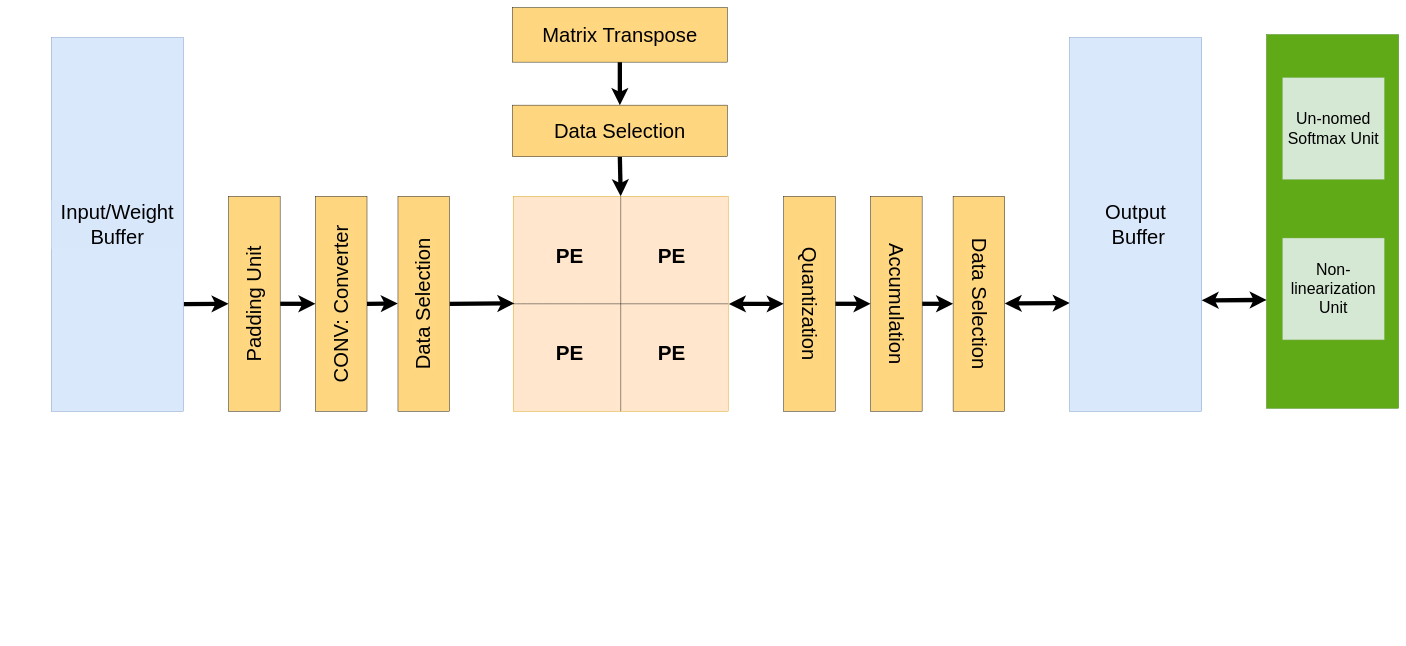
Earlier version of the draw.io diagram MobileVit HW.drawio (jihuien/ML100Days). Source tidied: cells renumbered, new cells numbered last; positions are measured from the earlier drawing's top-left corner, leaving out a move shared by most shapes. Both pictures are drawn from the tidied source at 43%, with x=0, y=0 at pixel (51, 7).
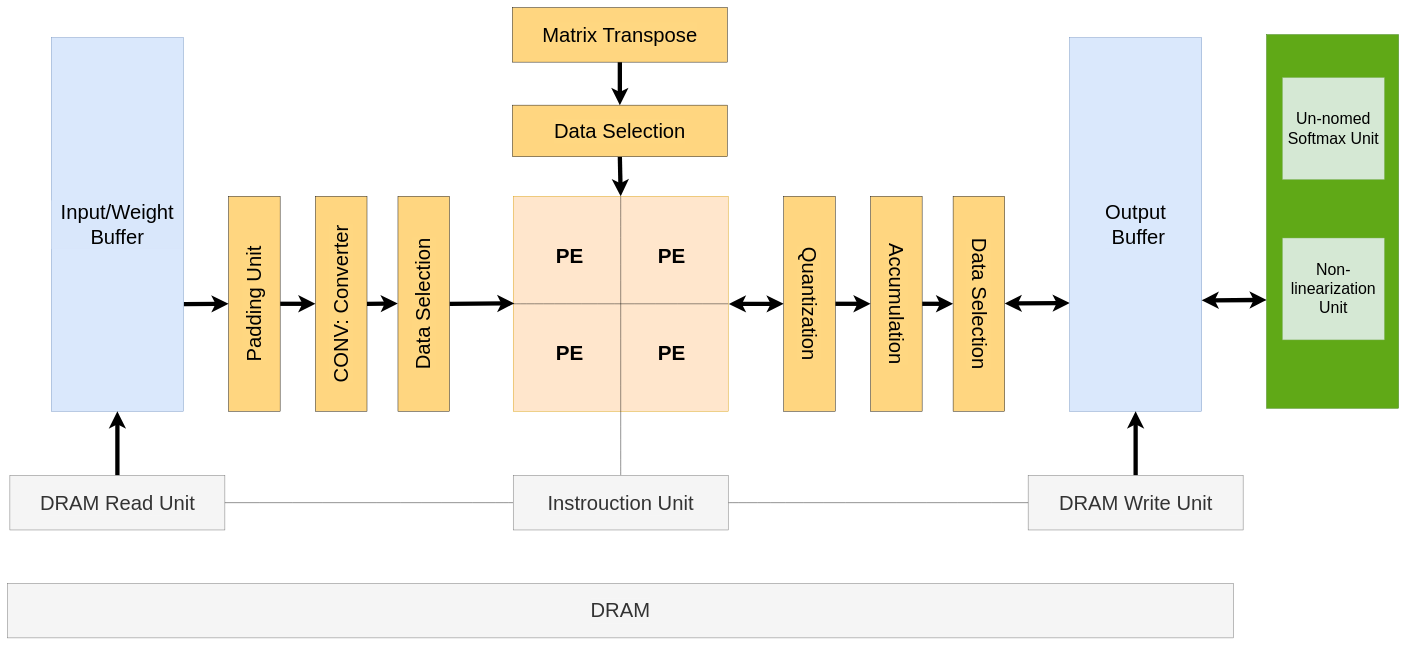
After the change.

The change refers to these unchanged cells:
```xml
<mxCell id="2" style="whiteSpace=wrap;html=1;fillColor=#ffe6cc;strokeColor=#d79b00;" parent="1" vertex="1">
  <mxGeometry x="1074" y="439" width="500" height="500" as="geometry" />
</mxCell>
<mxCell id="22" value="Input/Weight Buffer" style="rounded=0;whiteSpace=wrap;html=1;direction=west;horizontal=1;fontSize=47;labelBackgroundColor=light-dark(#d9e7fb, #ededed);fillColor=#dae8fc;strokeColor=#6c8ebf;" parent="1" vertex="1">
  <mxGeometry y="70" width="307" height="869" as="geometry" />
</mxCell>
<mxCell id="24" value="Output&lt;div&gt;&amp;nbsp;Buffer&lt;/div&gt;" style="rounded=0;whiteSpace=wrap;html=1;direction=west;horizontal=1;fontSize=47;labelBackgroundColor=light-dark(#dae8fc, #ededed);fillColor=#dae8fc;strokeColor=#6c8ebf;" parent="1" vertex="1">
  <mxGeometry x="2368" y="70" width="307" height="869" as="geometry" />
</mxCell>
```

Change to the diagram source:
```diff
@@
+    <mxCell id="33" style="edgeStyle=none;curved=1;rounded=0;jettySize=auto;html=1;entryX=0.5;entryY=0;entryDx=0;entryDy=0;fontSize=12;startSize=8;endSize=8;strokeWidth=10;" parent="1" edge="1" source="34" target="22">
+      <mxGeometry relative="1" as="geometry" />
+    </mxCell>
+    <mxCell id="34" value="DRAM Read Unit" style="rounded=0;whiteSpace=wrap;html=1;direction=north;horizontal=1;fontSize=47;labelBackgroundColor=light-dark(#f5f5f5, #ededed);fillColor=#f5f5f5;fontColor=#333333;strokeColor=#666666;" parent="1" vertex="1">
+      <mxGeometry x="-96.5" y="1088" width="500" height="127" as="geometry" />
+    </mxCell>
+    <mxCell id="35" style="edgeStyle=none;curved=1;rounded=0;jettySize=auto;html=1;exitX=1;exitY=0.5;exitDx=0;exitDy=0;entryX=0.5;entryY=0;entryDx=0;entryDy=0;fontSize=12;startSize=8;endSize=8;strokeWidth=10;" parent="1" edge="1" source="36" target="24">
+      <mxGeometry relative="1" as="geometry" />
+    </mxCell>
+    <mxCell id="36" value="DRAM Write Unit" style="rounded=0;whiteSpace=wrap;html=1;direction=north;horizontal=1;fontSize=47;labelBackgroundColor=light-dark(#f5f5f5, #ededed);fillColor=#f5f5f5;fontColor=#333333;strokeColor=#666666;" parent="1" vertex="1">
+      <mxGeometry x="2271.5" y="1088" width="500" height="127" as="geometry" />
+    </mxCell>
+    <mxCell id="37" style="edgeStyle=none;curved=1;rounded=0;jettySize=auto;html=1;entryX=0.5;entryY=1;entryDx=0;entryDy=0;fontSize=12;startSize=8;endSize=8;endArrow=none;startFill=0;" parent="1" edge="1" source="40" target="34">
+      <mxGeometry relative="1" as="geometry" />
+    </mxCell>
+    <mxCell id="38" style="edgeStyle=none;curved=1;rounded=0;jettySize=auto;html=1;entryX=0.5;entryY=0;entryDx=0;entryDy=0;fontSize=12;startSize=8;endSize=8;endArrow=none;startFill=0;" parent="1" edge="1" source="40" target="36">
+      <mxGeometry relative="1" as="geometry" />
+    </mxCell>
+    <mxCell id="39" style="edgeStyle=none;curved=1;rounded=0;jettySize=auto;html=1;fontSize=12;startSize=8;endSize=8;endArrow=none;startFill=0;entryX=0.5;entryY=1;entryDx=0;entryDy=0;" parent="1" edge="1" source="40" target="2">
+      <mxGeometry relative="1" as="geometry" />
+    </mxCell>
+    <mxCell id="40" value="Instrouction Unit" style="rounded=0;whiteSpace=wrap;html=1;direction=north;horizontal=1;fontSize=47;labelBackgroundColor=light-dark(#f5f5f5, #ededed);fillColor=#f5f5f5;fontColor=#333333;strokeColor=#666666;" parent="1" vertex="1">
+      <mxGeometry x="1074" y="1088" width="500" height="127" as="geometry" />
+    </mxCell>
+    <mxCell id="41" value="DRAM" style="rounded=0;whiteSpace=wrap;html=1;direction=north;horizontal=1;fontSize=47;labelBackgroundColor=light-dark(#f5f5f5, #ededed);fillColor=#f5f5f5;fontColor=#333333;strokeColor=#666666;" parent="1" vertex="1">
+      <mxGeometry x="-102" y="1339" width="2851" height="127" as="geometry" />
+    </mxCell>
```
